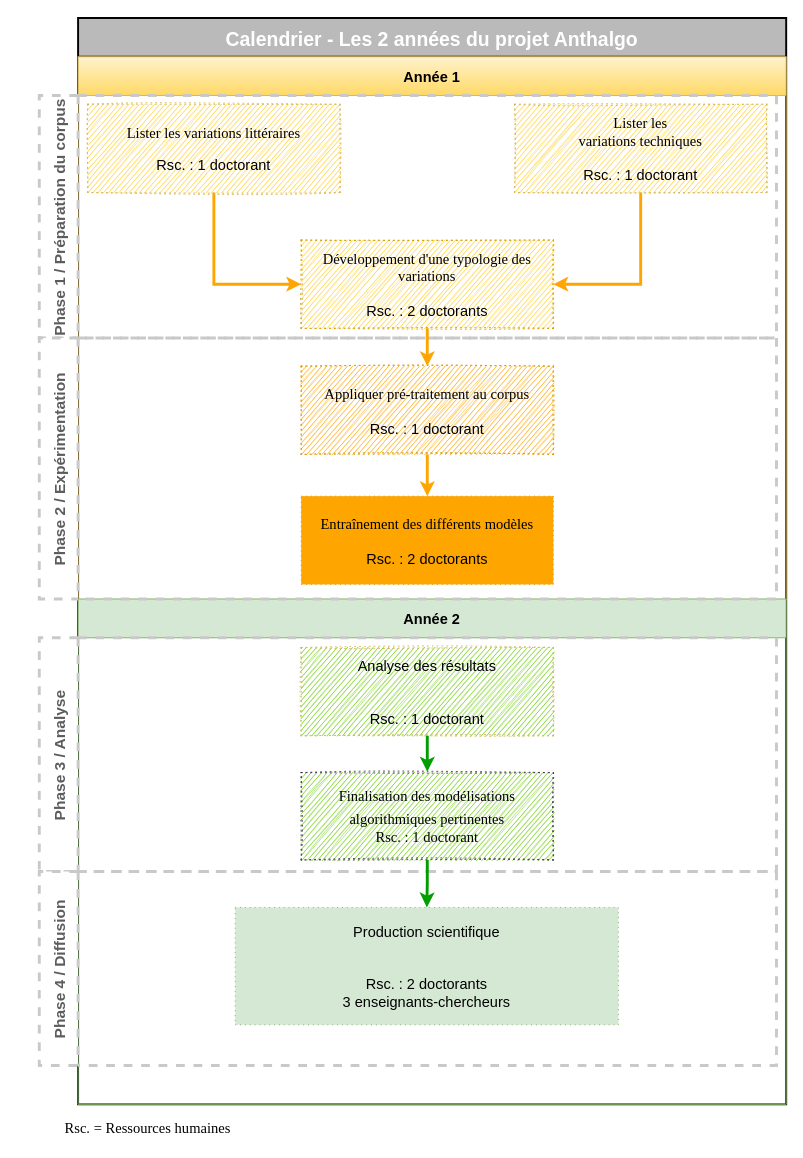
Above: Untitled Diagram.drawio in RochDLY/drawAAP (draw.io), before the change. Source tidied: cells renumbered, new cells numbered last; positions are measured from the earlier drawing's top-left corner, leaving out a move shared by most shapes. Both pictures are drawn from the tidied source at 97%, with x=0, y=0 at pixel (16, 17).
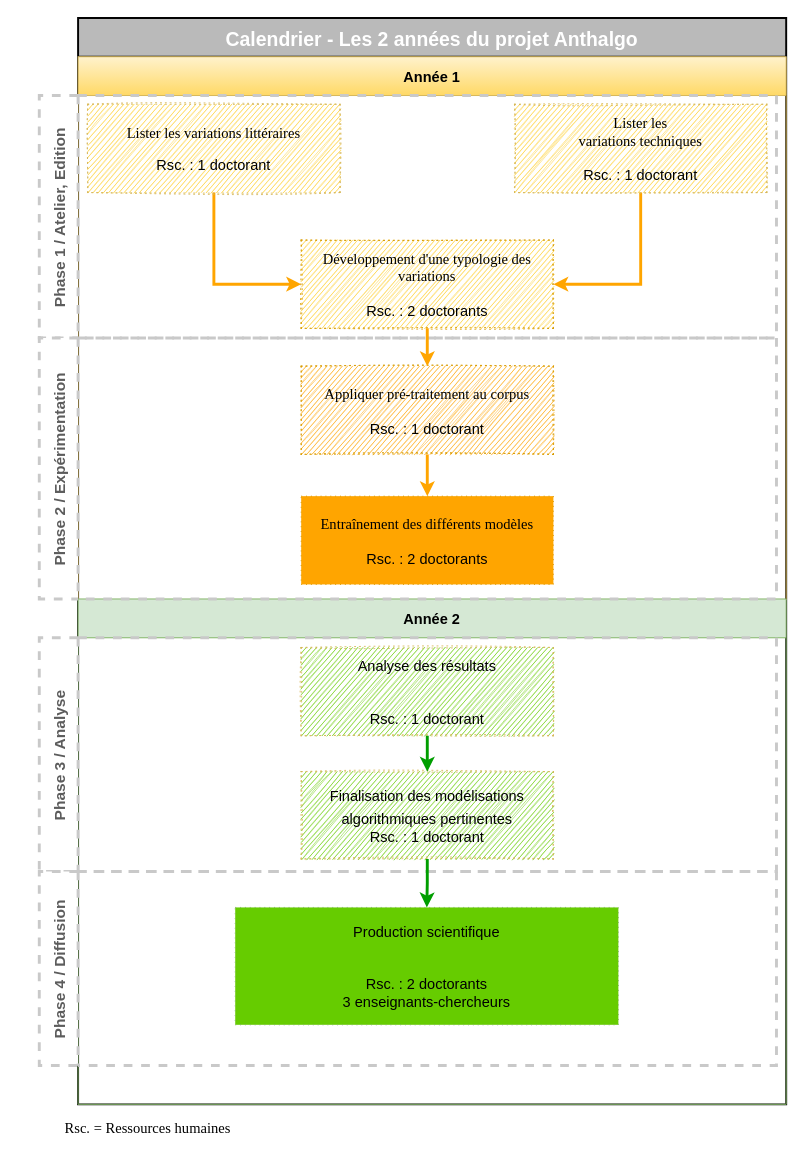
After the change.

The change refers to these unchanged cells:
```xml
<mxCell id="3" value="Année 1" style="swimlane;startSize=40;fillColor=#fff2cc;strokeColor=#d6b656;fontSize=15;gradientColor=#ffd966;" parent="2" vertex="1">
  <mxGeometry y="40" width="730" height="560" as="geometry" />
</mxCell>
<mxCell id="12" value="Phase 3 / Analyse" style="swimlane;horizontal=0;dashed=1;startSize=40;fontSize=16;strokeColor=#C9C9C9;strokeWidth=3;fontColor=#5C5C5C;" parent="3" vertex="1">
  <mxGeometry x="-40" y="599" width="760" height="241" as="geometry" />
</mxCell>
<mxCell id="17" value="Phase 4 / Diffusion" style="swimlane;horizontal=0;dashed=1;startSize=40;fontSize=16;strokeWidth=3;strokeColor=#C9C9C9;fontColor=#5C5C5C;" parent="3" vertex="1">
  <mxGeometry x="-40" y="840" width="760" height="200" as="geometry" />
</mxCell>
```

The edit, as a diff of the source:
```diff
@@
-    <mxCell id="4" value="Phase 1 / Préparation du corpus" style="swimlane;horizontal=0;dashed=1;startSize=40;fontSize=16;strokeWidth=3;strokeColor=#C9C9C9;fontColor=#5C5C5C;" parent="3" vertex="1">
+    <mxCell id="4" value="Phase 1 / Atelier, Edition" style="swimlane;horizontal=0;dashed=1;startSize=40;fontSize=16;strokeWidth=3;strokeColor=#C9C9C9;fontColor=#5C5C5C;" parent="3" vertex="1">
       <mxGeometry x="-40" y="40" width="760" height="250" as="geometry" />
     </mxCell>
@@
-    <mxCell id="13" style="rounded=0;whiteSpace=wrap;html=1;dashed=1;fontSize=15;dashPattern=1 4;fillColor=#66CC00;strokeColor=#432D57;fontColor=#ffffff;sketch=1;" parent="12" vertex="1">
-      <mxGeometry x="270" y="139" width="260" height="90" as="geometry" />
+    <mxCell id="13" style="rounded=0;whiteSpace=wrap;html=1;dashed=1;fontSize=15;dashPattern=1 4;fillColor=#66CC00;strokeColor=#D6B656;fontColor=#ffffff;sketch=1;" parent="12" vertex="1">
+      <mxGeometry x="270" y="138" width="260" height="90" as="geometry" />
     </mxCell>
-    <mxCell id="14" value="&lt;div&gt;&lt;font style=&quot;font-size: 15px&quot;&gt;Finalisation des modélisations algorithmiques pertinentes&lt;/font&gt;&lt;/div&gt;&lt;div style=&quot;font-size: 15px&quot;&gt;Rsc. : 1 doctorant&lt;/div&gt;" style="text;html=1;strokeColor=none;fillColor=none;align=center;verticalAlign=middle;whiteSpace=wrap;rounded=0;shadow=0;glass=0;dashed=1;sketch=1;fontFamily=Garamond;fontSize=19;fontColor=#000000;" parent="12" vertex="1">
-      <mxGeometry x="280" y="138" width="240" height="90" as="geometry" />
+    <mxCell id="14" value="&lt;div&gt;&lt;font style=&quot;font-size: 15px&quot;&gt;Finalisation des modélisations algorithmiques pertinentes&lt;/font&gt;&lt;/div&gt;&lt;div style=&quot;font-size: 15px&quot;&gt;Rsc. : 1 doctorant&lt;/div&gt;" style="text;html=1;strokeColor=none;fillColor=none;align=center;verticalAlign=middle;whiteSpace=wrap;rounded=0;shadow=0;glass=0;dashed=1;sketch=1;fontFamily=Helvetica;fontSize=19;fontColor=#000000;strokeWidth=1;" parent="12" vertex="1">
+      <mxGeometry x="270" y="138" width="260" height="90" as="geometry" />
     </mxCell>
@@
-    <mxCell id="18" value="&lt;div&gt;Production scientifique&lt;/div&gt;&lt;div&gt;&lt;br&gt;&lt;/div&gt;&lt;div&gt;&lt;br&gt;&lt;/div&gt;&lt;div&gt;Rsc. : 2 doctorants&lt;/div&gt;&lt;div&gt;3 enseignants-chercheurs&lt;br&gt;&lt;/div&gt;" style="rounded=0;whiteSpace=wrap;html=1;dashed=1;fontSize=15;dashPattern=1 4;fillColor=#d5e8d4;strokeColor=#82b366;sketch=0;" parent="17" vertex="1">
+    <mxCell id="18" value="&lt;div&gt;Production scientifique&lt;/div&gt;&lt;div&gt;&lt;br&gt;&lt;/div&gt;&lt;div&gt;&lt;br&gt;&lt;/div&gt;&lt;div&gt;Rsc. : 2 doctorants&lt;/div&gt;&lt;div&gt;3 enseignants-chercheurs&lt;br&gt;&lt;/div&gt;" style="rounded=0;whiteSpace=wrap;html=1;dashed=1;fontSize=15;dashPattern=1 4;fillColor=#66CC00;strokeColor=#82b366;sketch=0;" parent="17" vertex="1">
       <mxGeometry x="202" y="37" width="395" height="121" as="geometry" />
     </mxCell>
```
